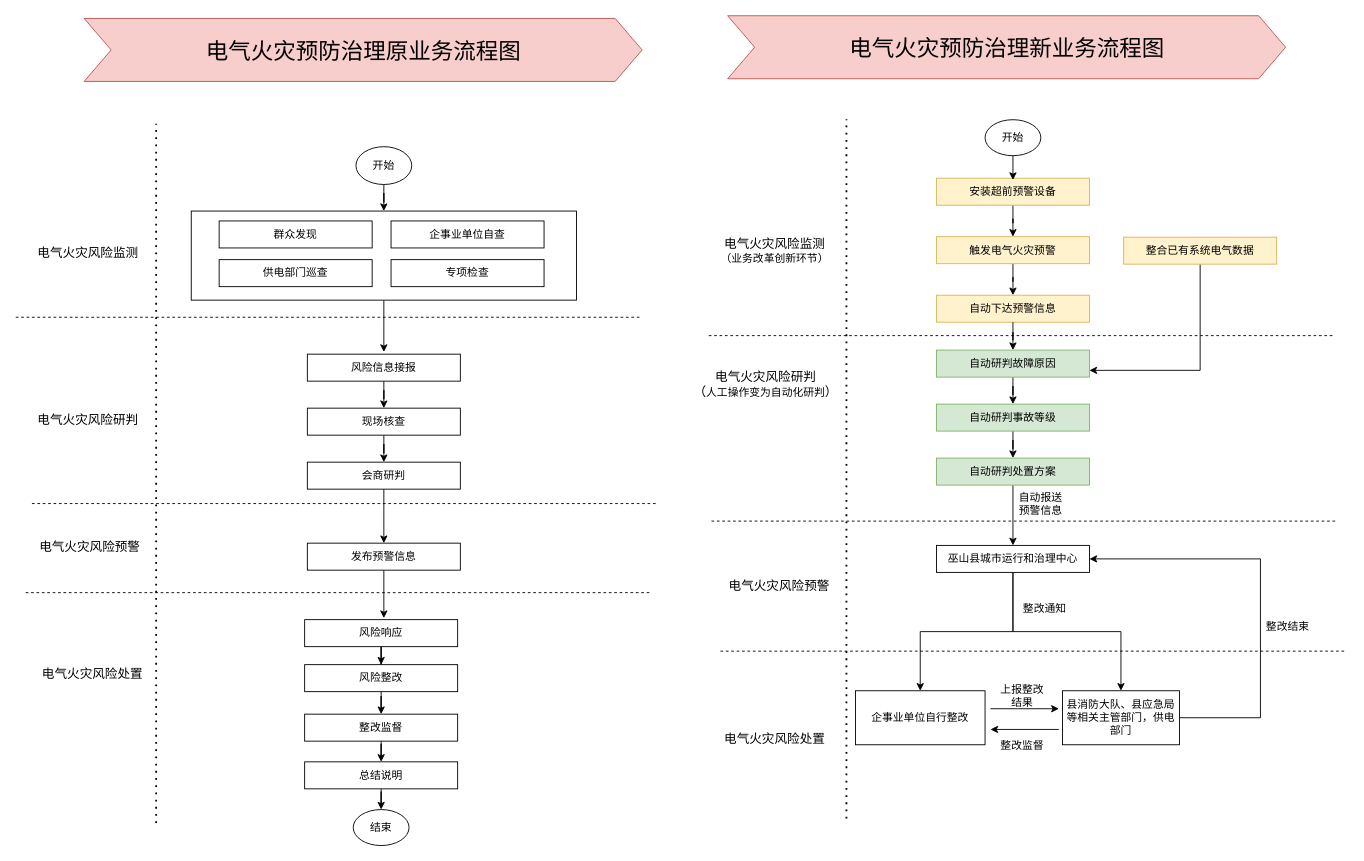
w1041660542/draw.io keeps this draw.io diagram as 电气火灾.drawio. Above is the earlier version. Source tidied: cells renumbered, new cells numbered last; positions are measured from the earlier drawing's top-left corner, leaving out a move shared by most shapes. Both pictures are drawn from the tidied source at 90%, with x=0, y=0 at pixel (15, 15).
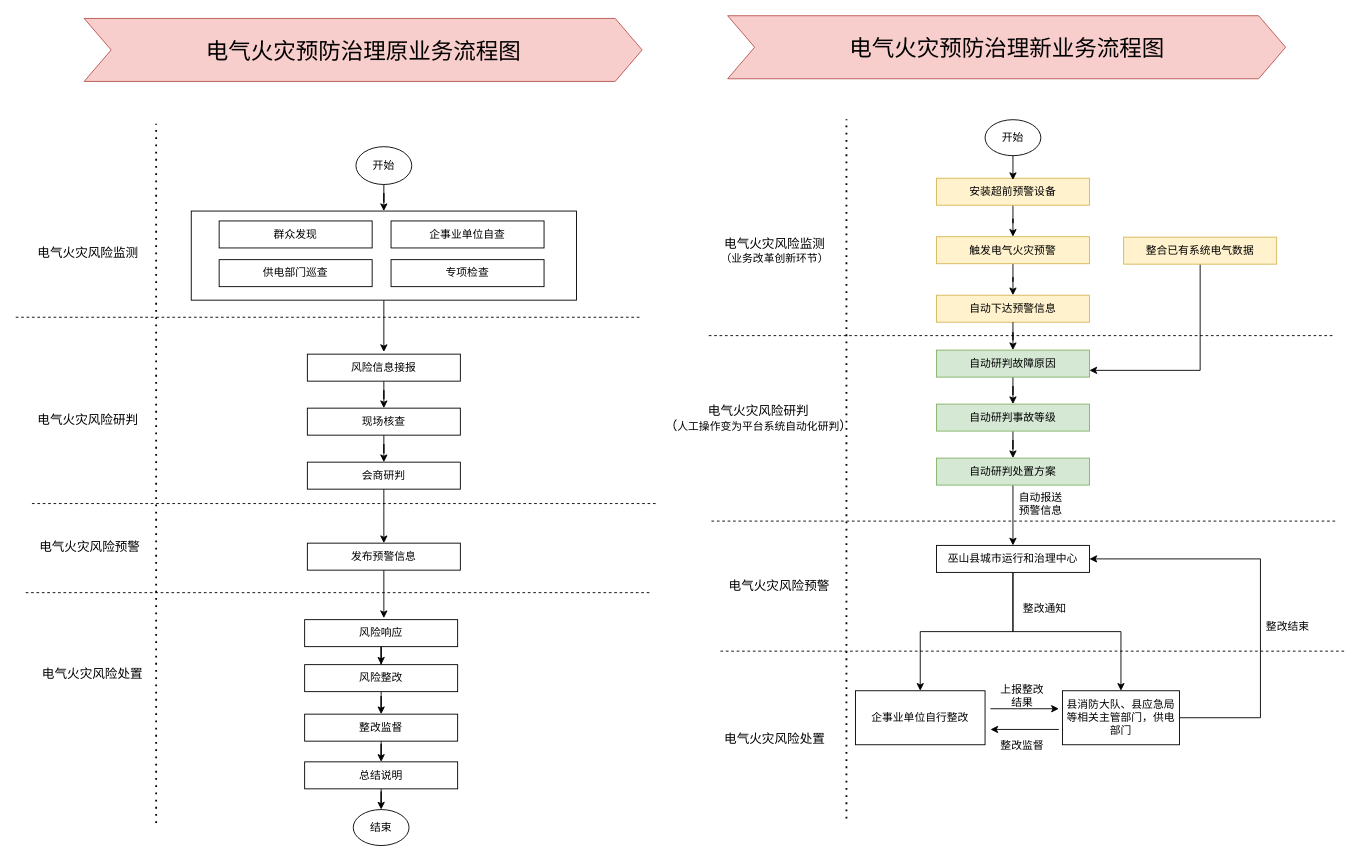
Above is the later version.

Commit message (it also covers changes not shown here):
更新电气火灾.drawio

Diff of the diagram source:
```diff
@@
-    <mxCell id="37" value="&lt;font style=&quot;font-size: 14px;&quot;&gt;电气火灾风险研判&lt;br&gt;（&lt;/font&gt;&lt;font style=&quot;&quot;&gt;&lt;font style=&quot;font-size: 12px;&quot;&gt;人工操作变为自动化研判&lt;/font&gt;&lt;span style=&quot;font-size: 14px;&quot;&gt;）&lt;/span&gt;&lt;br&gt;&lt;/font&gt;" style="text;html=1;align=center;verticalAlign=middle;strokeColor=none;fillColor=none;" parent="1" vertex="1">
-      <mxGeometry x="743" y="383.5" width="180" height="50" as="geometry" />
+    <mxCell id="37" value="&lt;font style=&quot;font-size: 14px;&quot;&gt;电气火灾风险研判&lt;br&gt;（&lt;/font&gt;&lt;font style=&quot;&quot;&gt;&lt;font style=&quot;font-size: 12px;&quot;&gt;人工操作变为平台系统自动化研判&lt;/font&gt;&lt;span style=&quot;font-size: 14px;&quot;&gt;）&lt;/span&gt;&lt;br&gt;&lt;/font&gt;" style="text;html=1;align=center;verticalAlign=middle;strokeColor=none;fillColor=none;" parent="1" vertex="1">
+      <mxGeometry x="712" y="423.5" width="226" height="46" as="geometry" />
     </mxCell>
```
